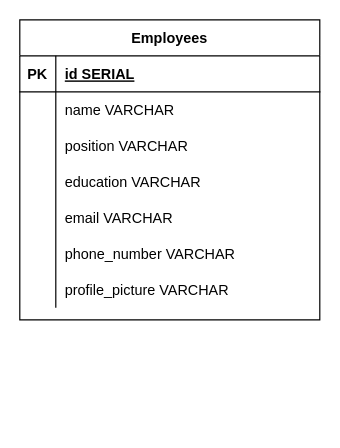
The draw.io diagram Untitled Diagram.drawio in belabonga/Sequelize-Employee-Application, before the edit. Source tidied: cells renumbered, new cells numbered last; positions are measured from the earlier drawing's top-left corner, leaving out a move shared by most shapes. Both pictures are drawn from the tidied source at 120%, with x=0, y=0 at pixel (19, 19).
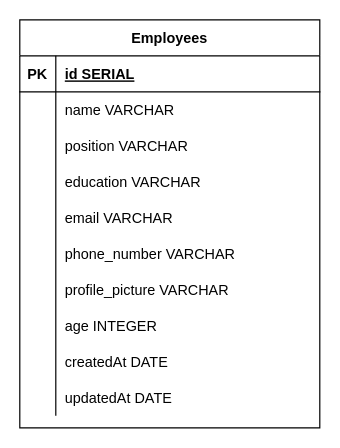
The same page after the edit.

Change to the diagram source:
```diff
@@
     <mxCell id="2" value="Employees" style="shape=table;startSize=30;childLayout=tableLayout;rowLines=0;fontStyle=1;align=center;" parent="1" vertex="1">
-      <mxGeometry width="250" height="250" as="geometry" />
+      <mxGeometry width="250" height="340" as="geometry" />
     </mxCell>
@@
+    <mxCell id="24" style="shape=partialRectangle;fillColor=none;top=0;left=0;right=0;bottom=0;" parent="2" vertex="1">
+      <mxGeometry y="240" width="250" height="30" as="geometry" />
+    </mxCell>
+    <mxCell id="25" style="shape=partialRectangle;overflow=hidden;fillColor=none;top=0;left=0;bottom=0;right=0;" parent="24" vertex="1">
+      <mxGeometry width="30" height="30" as="geometry" />
+    </mxCell>
+    <mxCell id="26" value="age INTEGER" style="shape=partialRectangle;overflow=hidden;fillColor=none;top=0;left=0;bottom=0;right=0;align=left;spacingLeft=6;" parent="24" vertex="1">
+      <mxGeometry x="30" width="220" height="30" as="geometry" />
+    </mxCell>
+    <mxCell id="27" style="shape=partialRectangle;fillColor=none;top=0;left=0;right=0;bottom=0;" parent="2" vertex="1">
+      <mxGeometry y="270" width="250" height="30" as="geometry" />
+    </mxCell>
+    <mxCell id="28" style="shape=partialRectangle;overflow=hidden;fillColor=none;top=0;left=0;bottom=0;right=0;" parent="27" vertex="1">
+      <mxGeometry width="30" height="30" as="geometry" />
+    </mxCell>
+    <mxCell id="29" value="createdAt DATE" style="shape=partialRectangle;overflow=hidden;fillColor=none;top=0;left=0;bottom=0;right=0;align=left;spacingLeft=6;" parent="27" vertex="1">
+      <mxGeometry x="30" width="220" height="30" as="geometry" />
+    </mxCell>
+    <mxCell id="30" style="shape=partialRectangle;fillColor=none;top=0;left=0;right=0;bottom=0;" parent="2" vertex="1">
+      <mxGeometry y="300" width="250" height="30" as="geometry" />
+    </mxCell>
+    <mxCell id="31" style="shape=partialRectangle;overflow=hidden;fillColor=none;top=0;left=0;bottom=0;right=0;" parent="30" vertex="1">
+      <mxGeometry width="30" height="30" as="geometry" />
+    </mxCell>
+    <mxCell id="32" value="updatedAt DATE" style="shape=partialRectangle;overflow=hidden;fillColor=none;top=0;left=0;bottom=0;right=0;align=left;spacingLeft=6;" parent="30" vertex="1">
+      <mxGeometry x="30" width="220" height="30" as="geometry" />
+    </mxCell>
```
